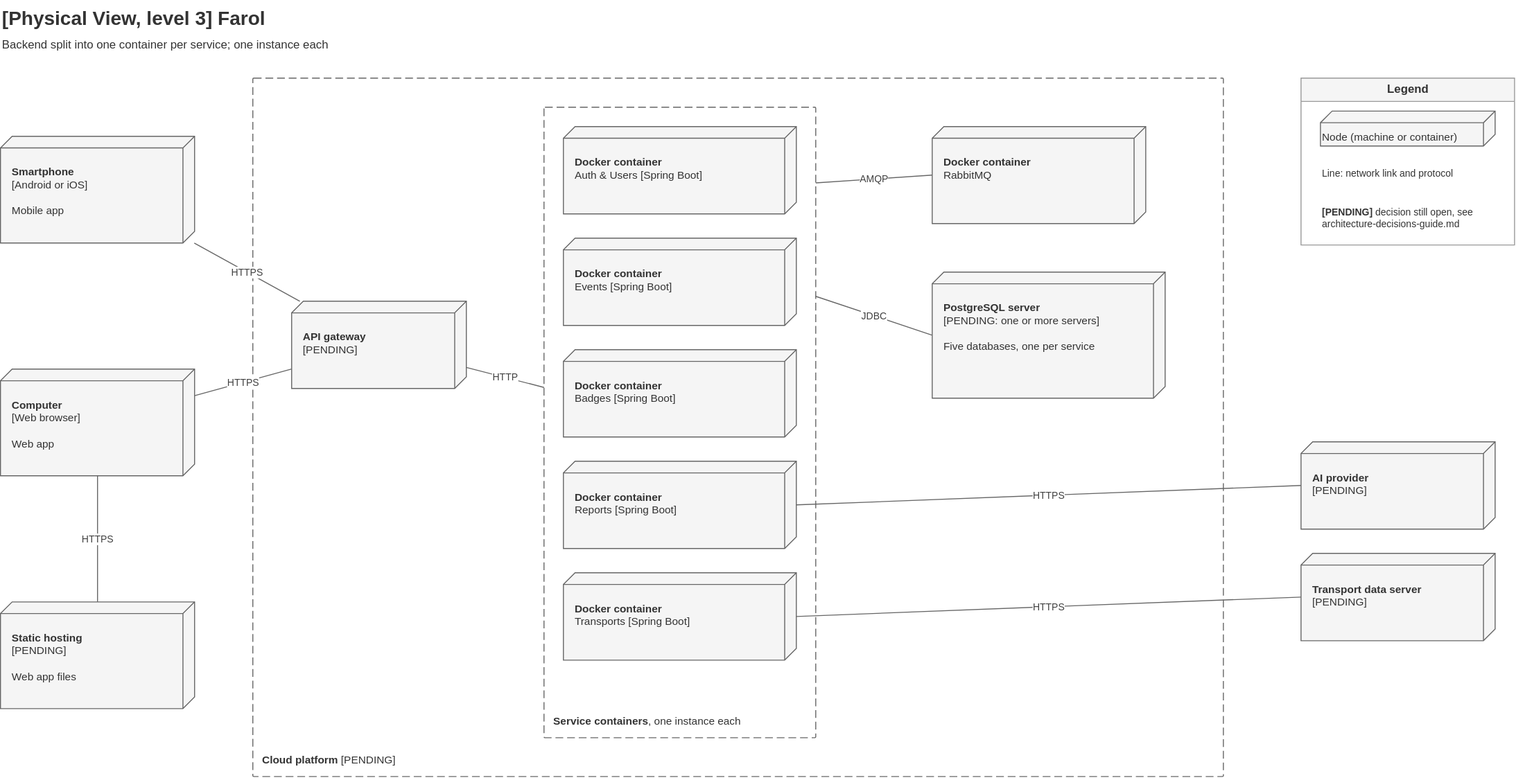
tomasoliveira21/LABDSOF keeps this draw.io diagram as Docs/Technical/diagrams/physical-view-level-3.drawio.svg. Above is the earlier version. Source tidied: cells renumbered, new cells last; positions are measured from the earlier drawing's top-left corner, leaving out a move shared by most shapes. Source of this version:
```xml
<mxGraphModel>
  <root>
    <mxCell id="0" />
    <mxCell id="1" parent="0" />
    <mxCell id="2" value="&lt;b&gt;[Physical View, level 3] Farol&lt;/b&gt;&lt;br&gt;&lt;font style=&quot;font-size:12px&quot;&gt;Backend split into one container per service; one instance each&lt;/font&gt;" style="text;html=1;align=left;verticalAlign=top;fontSize=20;fontColor=#333333;" parent="1" vertex="1">
      <mxGeometry width="1000" height="60" as="geometry" />
    </mxCell>
    <mxCell id="3" value="&lt;b&gt;Smartphone&lt;/b&gt;&lt;br&gt;[Android or iOS]&lt;br&gt;&lt;br&gt;Mobile app" style="shape=cube;size=12;flipH=1;whiteSpace=wrap;html=1;fillColor=#f5f5f5;strokeColor=#666666;fontColor=#333333;verticalAlign=top;align=left;spacing=12;spacingTop=14;fontSize=11;" parent="1" vertex="1">
      <mxGeometry y="140" width="200" height="110" as="geometry" />
    </mxCell>
    <mxCell id="4" value="&lt;b&gt;Computer&lt;/b&gt;&lt;br&gt;[Web browser]&lt;br&gt;&lt;br&gt;Web app" style="shape=cube;size=12;flipH=1;whiteSpace=wrap;html=1;fillColor=#f5f5f5;strokeColor=#666666;fontColor=#333333;verticalAlign=top;align=left;spacing=12;spacingTop=14;fontSize=11;" parent="1" vertex="1">
      <mxGeometry y="380" width="200" height="110" as="geometry" />
    </mxCell>
    <mxCell id="5" value="&lt;b&gt;Static hosting&lt;/b&gt;&lt;br&gt;[PENDING]&lt;br&gt;&lt;br&gt;Web app files" style="shape=cube;size=12;flipH=1;whiteSpace=wrap;html=1;fillColor=#f5f5f5;strokeColor=#666666;fontColor=#333333;verticalAlign=top;align=left;spacing=12;spacingTop=14;fontSize=11;" parent="1" vertex="1">
      <mxGeometry y="620" width="200" height="110" as="geometry" />
    </mxCell>
    <mxCell id="6" value="&lt;b&gt;Cloud platform&lt;/b&gt; [PENDING]" style="rounded=1;arcSize=2;absoluteArcSize=1;whiteSpace=wrap;html=1;dashed=1;dashPattern=8 4;fillColor=none;strokeColor=#666666;fontColor=#333333;align=left;verticalAlign=bottom;spacing=10;fontSize=11;" parent="1" vertex="1">
      <mxGeometry x="260" y="80" width="1000" height="720" as="geometry" />
    </mxCell>
    <mxCell id="7" value="&lt;b&gt;API gateway&lt;/b&gt;&lt;br&gt;[PENDING]" style="shape=cube;size=12;flipH=1;whiteSpace=wrap;html=1;fillColor=#f5f5f5;strokeColor=#666666;fontColor=#333333;verticalAlign=top;align=left;spacing=12;spacingTop=14;fontSize=11;" parent="1" vertex="1">
      <mxGeometry x="300" y="310" width="180" height="90" as="geometry" />
    </mxCell>
    <mxCell id="8" value="&lt;b&gt;Service containers&lt;/b&gt;, one instance each" style="rounded=1;arcSize=2;absoluteArcSize=1;whiteSpace=wrap;html=1;dashed=1;dashPattern=8 4;fillColor=none;strokeColor=#666666;fontColor=#333333;align=left;verticalAlign=bottom;spacing=10;fontSize=11;" parent="1" vertex="1">
      <mxGeometry x="560" y="110" width="280" height="650" as="geometry" />
    </mxCell>
    <mxCell id="9" value="&lt;b&gt;Docker container&lt;/b&gt;&lt;br&gt;Auth &amp;amp; Users [Spring Boot]" style="shape=cube;size=12;flipH=1;whiteSpace=wrap;html=1;fillColor=#f5f5f5;strokeColor=#666666;fontColor=#333333;verticalAlign=top;align=left;spacing=12;spacingTop=14;fontSize=11;" parent="1" vertex="1">
      <mxGeometry x="580" y="130" width="240" height="90" as="geometry" />
    </mxCell>
    <mxCell id="10" value="&lt;b&gt;Docker container&lt;/b&gt;&lt;br&gt;Events [Spring Boot]" style="shape=cube;size=12;flipH=1;whiteSpace=wrap;html=1;fillColor=#f5f5f5;strokeColor=#666666;fontColor=#333333;verticalAlign=top;align=left;spacing=12;spacingTop=14;fontSize=11;" parent="1" vertex="1">
      <mxGeometry x="580" y="245" width="240" height="90" as="geometry" />
    </mxCell>
    <mxCell id="11" value="&lt;b&gt;Docker container&lt;/b&gt;&lt;br&gt;Badges [Spring Boot]" style="shape=cube;size=12;flipH=1;whiteSpace=wrap;html=1;fillColor=#f5f5f5;strokeColor=#666666;fontColor=#333333;verticalAlign=top;align=left;spacing=12;spacingTop=14;fontSize=11;" parent="1" vertex="1">
      <mxGeometry x="580" y="360" width="240" height="90" as="geometry" />
    </mxCell>
    <mxCell id="12" value="&lt;b&gt;Docker container&lt;/b&gt;&lt;br&gt;Reports [Spring Boot]" style="shape=cube;size=12;flipH=1;whiteSpace=wrap;html=1;fillColor=#f5f5f5;strokeColor=#666666;fontColor=#333333;verticalAlign=top;align=left;spacing=12;spacingTop=14;fontSize=11;" parent="1" vertex="1">
      <mxGeometry x="580" y="475" width="240" height="90" as="geometry" />
    </mxCell>
    <mxCell id="13" value="&lt;b&gt;Docker container&lt;/b&gt;&lt;br&gt;Transports [Spring Boot]" style="shape=cube;size=12;flipH=1;whiteSpace=wrap;html=1;fillColor=#f5f5f5;strokeColor=#666666;fontColor=#333333;verticalAlign=top;align=left;spacing=12;spacingTop=14;fontSize=11;" parent="1" vertex="1">
      <mxGeometry x="580" y="590" width="240" height="90" as="geometry" />
    </mxCell>
    <mxCell id="14" value="&lt;b&gt;Docker container&lt;/b&gt;&lt;br&gt;RabbitMQ" style="shape=cube;size=12;flipH=1;whiteSpace=wrap;html=1;fillColor=#f5f5f5;strokeColor=#666666;fontColor=#333333;verticalAlign=top;align=left;spacing=12;spacingTop=14;fontSize=11;" parent="1" vertex="1">
      <mxGeometry x="960" y="130" width="220" height="100" as="geometry" />
    </mxCell>
    <mxCell id="15" value="&lt;b&gt;PostgreSQL server&lt;/b&gt;&lt;br&gt;[PENDING: one or more servers]&lt;br&gt;&lt;br&gt;Five databases, one per service" style="shape=cube;size=12;flipH=1;whiteSpace=wrap;html=1;fillColor=#f5f5f5;strokeColor=#666666;fontColor=#333333;verticalAlign=top;align=left;spacing=12;spacingTop=14;fontSize=11;" parent="1" vertex="1">
      <mxGeometry x="960" y="280" width="240" height="130" as="geometry" />
    </mxCell>
    <mxCell id="16" value="&lt;b&gt;AI provider&lt;/b&gt;&lt;br&gt;[PENDING]" style="shape=cube;size=12;flipH=1;whiteSpace=wrap;html=1;fillColor=#f5f5f5;strokeColor=#666666;fontColor=#333333;verticalAlign=top;align=left;spacing=12;spacingTop=14;fontSize=11;" parent="1" vertex="1">
      <mxGeometry x="1340" y="455" width="200" height="90" as="geometry" />
    </mxCell>
    <mxCell id="17" value="&lt;b&gt;Transport data server&lt;/b&gt;&lt;br&gt;[PENDING]" style="shape=cube;size=12;flipH=1;whiteSpace=wrap;html=1;fillColor=#f5f5f5;strokeColor=#666666;fontColor=#333333;verticalAlign=top;align=left;spacing=12;spacingTop=14;fontSize=11;" parent="1" vertex="1">
      <mxGeometry x="1340" y="570" width="200" height="90" as="geometry" />
    </mxCell>
    <mxCell id="18" value="HTTPS" style="endArrow=none;html=1;fontSize=10;fontColor=#404040;strokeColor=#666666;rounded=0;labelBackgroundColor=#ffffff;" parent="1" edge="1" source="3" target="7">
      <mxGeometry relative="1" as="geometry" />
    </mxCell>
    <mxCell id="19" value="HTTPS" style="endArrow=none;html=1;fontSize=10;fontColor=#404040;strokeColor=#666666;rounded=0;labelBackgroundColor=#ffffff;" parent="1" edge="1" source="4" target="7">
      <mxGeometry relative="1" as="geometry" />
    </mxCell>
    <mxCell id="20" value="HTTPS" style="endArrow=none;html=1;fontSize=10;fontColor=#404040;strokeColor=#666666;rounded=0;labelBackgroundColor=#ffffff;" parent="1" edge="1" source="4" target="5">
      <mxGeometry relative="1" as="geometry" />
    </mxCell>
    <mxCell id="21" value="HTTP" style="endArrow=none;html=1;fontSize=10;fontColor=#404040;strokeColor=#666666;rounded=0;labelBackgroundColor=#ffffff;" parent="1" edge="1" source="7" target="8">
      <mxGeometry relative="1" as="geometry" />
    </mxCell>
    <mxCell id="22" value="AMQP" style="endArrow=none;html=1;fontSize=10;fontColor=#404040;strokeColor=#666666;rounded=0;labelBackgroundColor=#ffffff;exitX=1;exitY=0.12;exitDx=0;exitDy=0;entryX=0;entryY=0.5;entryDx=0;entryDy=0;" parent="1" edge="1" source="8" target="14">
      <mxGeometry relative="1" as="geometry" />
    </mxCell>
    <mxCell id="23" value="JDBC" style="endArrow=none;html=1;fontSize=10;fontColor=#404040;strokeColor=#666666;rounded=0;labelBackgroundColor=#ffffff;exitX=1;exitY=0.3;exitDx=0;exitDy=0;entryX=0;entryY=0.5;entryDx=0;entryDy=0;" parent="1" edge="1" source="8" target="15">
      <mxGeometry relative="1" as="geometry" />
    </mxCell>
    <mxCell id="24" value="HTTPS" style="endArrow=none;html=1;fontSize=10;fontColor=#404040;strokeColor=#666666;rounded=0;labelBackgroundColor=#ffffff;exitX=1;exitY=0.5;exitDx=0;exitDy=0;entryX=0;entryY=0.5;entryDx=0;entryDy=0;" parent="1" edge="1" source="12" target="16">
      <mxGeometry relative="1" as="geometry" />
    </mxCell>
    <mxCell id="25" value="HTTPS" style="endArrow=none;html=1;fontSize=10;fontColor=#404040;strokeColor=#666666;rounded=0;labelBackgroundColor=#ffffff;exitX=1;exitY=0.5;exitDx=0;exitDy=0;entryX=0;entryY=0.5;entryDx=0;entryDy=0;" parent="1" edge="1" source="13" target="17">
      <mxGeometry relative="1" as="geometry" />
    </mxCell>
    <mxCell id="26" value="&lt;b&gt;Legend&lt;/b&gt;" style="swimlane;startSize=24;html=1;fontSize=12;fillColor=#f5f5f5;strokeColor=#999999;fontColor=#333333;" parent="1" vertex="1">
      <mxGeometry x="1340" y="80" width="220" height="172" as="geometry" />
    </mxCell>
    <mxCell id="27" value="Node (machine or container)" style="shape=cube;size=12;flipH=1;whiteSpace=wrap;html=1;fillColor=#f5f5f5;strokeColor=#666666;fontColor=#333333;verticalAlign=top;align=left;spacing=12;spacingTop=14;fontSize=11;verticalAlign=middle;spacingTop=0;spacing=2;verticalAlign=bottom;spacingBottom=0;" parent="26" vertex="1">
      <mxGeometry x="20" y="34" width="180" height="36" as="geometry" />
    </mxCell>
    <mxCell id="28" value="Line: network link and protocol" style="text;html=1;whiteSpace=wrap;align=left;verticalAlign=top;fontColor=#333333;fontSize=10;verticalAlign=middle;spacingTop=0;spacing=2;" parent="26" vertex="1">
      <mxGeometry x="20" y="80" width="180" height="36" as="geometry" />
    </mxCell>
    <mxCell id="29" value="&lt;b&gt;[PENDING]&lt;/b&gt; decision still open, see architecture-decisions-guide.md" style="text;html=1;whiteSpace=wrap;align=left;verticalAlign=top;fontColor=#333333;fontSize=10;verticalAlign=middle;spacingTop=0;spacing=2;" parent="26" vertex="1">
      <mxGeometry x="20" y="126" width="180" height="36" as="geometry" />
    </mxCell>
  </root>
</mxGraphModel>
```
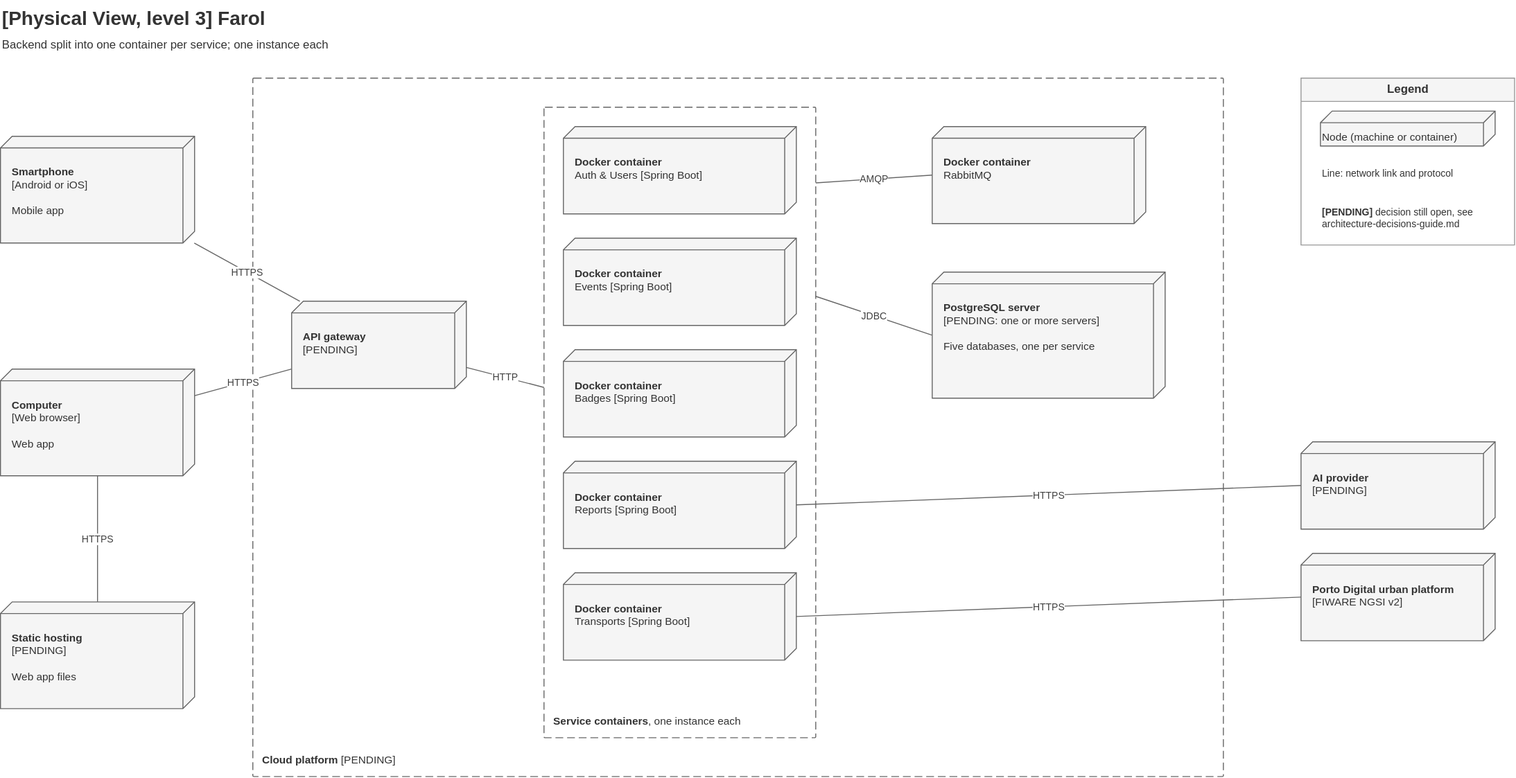
After the commit.

The edit, as a diff of the source:
```diff
@@ -47,7 +47,7 @@
     <mxCell id="16" value="&lt;b&gt;AI provider&lt;/b&gt;&lt;br&gt;[PENDING]" style="shape=cube;size=12;flipH=1;whiteSpace=wrap;html=1;fillColor=#f5f5f5;strokeColor=#666666;fontColor=#333333;verticalAlign=top;align=left;spacing=12;spacingTop=14;fontSize=11;" parent="1" vertex="1">
       <mxGeometry x="1340" y="455" width="200" height="90" as="geometry" />
     </mxCell>
-    <mxCell id="17" value="&lt;b&gt;Transport data server&lt;/b&gt;&lt;br&gt;[PENDING]" style="shape=cube;size=12;flipH=1;whiteSpace=wrap;html=1;fillColor=#f5f5f5;strokeColor=#666666;fontColor=#333333;verticalAlign=top;align=left;spacing=12;spacingTop=14;fontSize=11;" parent="1" vertex="1">
+    <mxCell id="17" value="&lt;b&gt;Porto Digital urban platform&lt;/b&gt;&lt;br&gt;[FIWARE NGSI v2]" style="shape=cube;size=12;flipH=1;whiteSpace=wrap;html=1;fillColor=#f5f5f5;strokeColor=#666666;fontColor=#333333;verticalAlign=top;align=left;spacing=12;spacingTop=14;fontSize=11;" parent="1" vertex="1">
       <mxGeometry x="1340" y="570" width="200" height="90" as="geometry" />
     </mxCell>
     <mxCell id="18" value="HTTPS" style="endArrow=none;html=1;fontSize=10;fontColor=#404040;strokeColor=#666666;rounded=0;labelBackgroundColor=#ffffff;" parent="1" edge="1" source="3" target="7">
```
